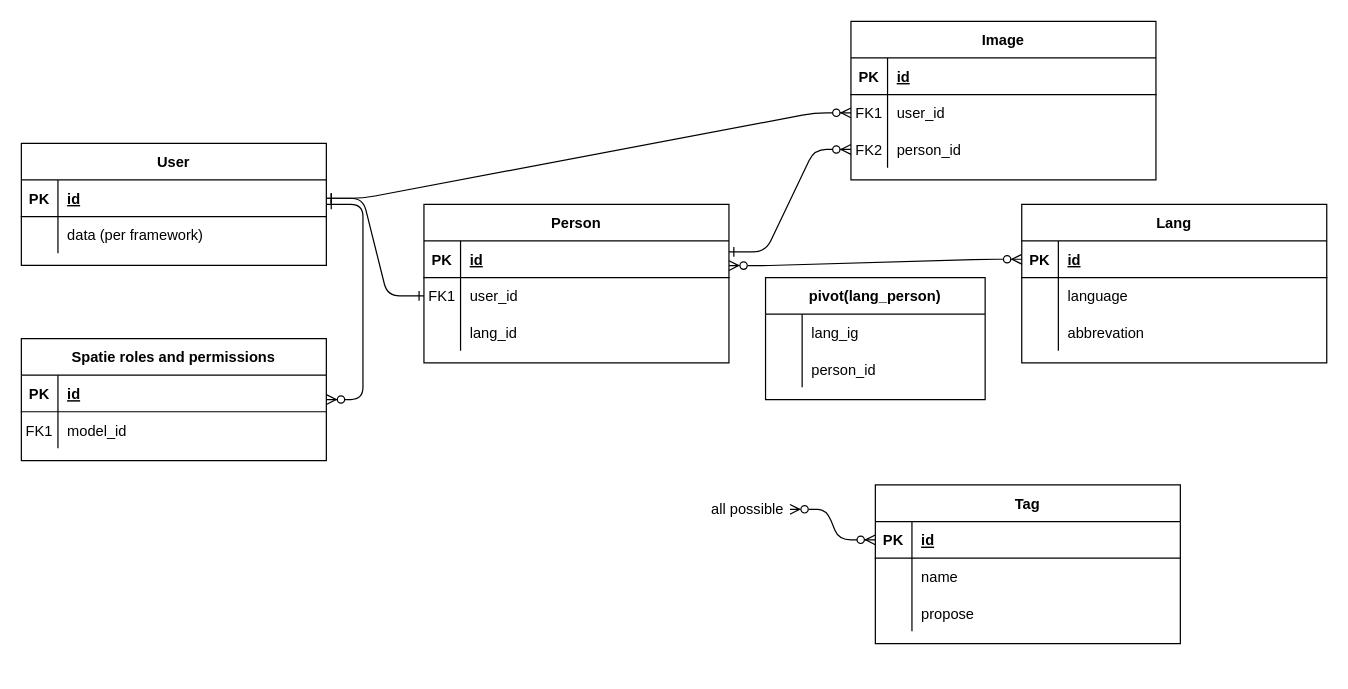
Before: doc/debug/Relationship_Modell.drawio in erth5/Laravel-9-Debug-Template, a draw.io diagram. Source tidied: cells renumbered, new cells numbered last; positions are measured from the earlier drawing's top-left corner, leaving out a move shared by most shapes. Both pictures are drawn from the tidied source at 122%, with x=0, y=0 at pixel (21, 21).
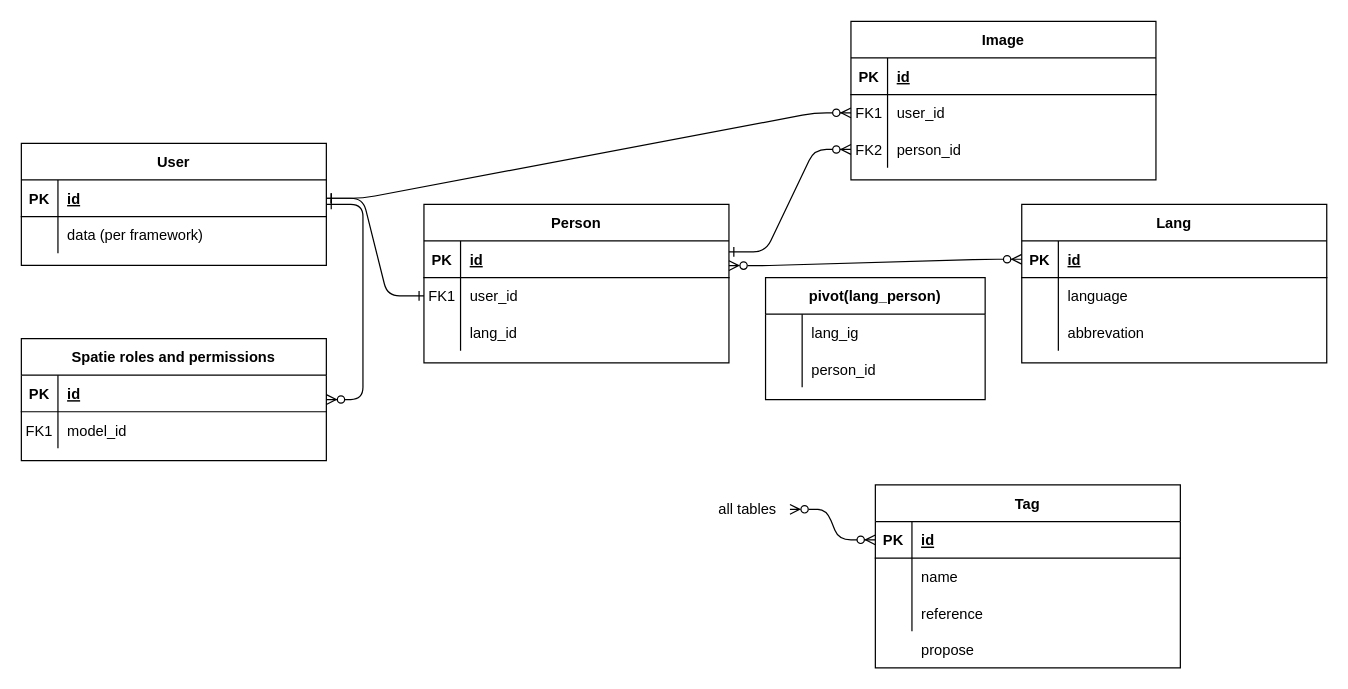
The same page after the edit.

The change refers to these unchanged cells:
```xml
<mxCell id="65" style="shape=partialRectangle;fillColor=none;top=0;left=0;right=0;bottom=0;" parent="58" vertex="1">
  <mxGeometry y="90" width="250" height="30" as="geometry" />
</mxCell>
```

Diff of the diagram source:
```diff
@@
     <mxCell id="58" value="Tag" style="shape=table;startSize=30;childLayout=tableLayout;rowLines=0;fontStyle=1;align=center;" parent="1" vertex="1">
-      <mxGeometry x="700" y="380" width="250" height="130" as="geometry" />
+      <mxGeometry x="700" y="380" width="250" height="150" as="geometry" />
     </mxCell>
@@
-    <mxCell id="67" value="propose" style="shape=partialRectangle;overflow=hidden;fillColor=none;top=0;left=0;bottom=0;right=0;align=left;spacingLeft=6;" parent="65" vertex="1">
+    <mxCell id="67" value="reference" style="shape=partialRectangle;overflow=hidden;fillColor=none;top=0;left=0;bottom=0;right=0;align=left;spacingLeft=6;" parent="65" vertex="1">
       <mxGeometry x="30" width="220" height="30" as="geometry" />
     </mxCell>
@@
-    <mxCell id="69" value="all possible" style="text;html=1;align=center;verticalAlign=middle;strokeColor=none;fillColor=none;" parent="1" vertex="1">
-      <mxGeometry x="560" y="390" width="70" height="20" as="geometry" />
+    <mxCell id="69" value="all tables" style="text;html=1;align=center;verticalAlign=middle;strokeColor=none;fillColor=none;" parent="1" vertex="1">
+      <mxGeometry x="565" y="390" width="60" height="20" as="geometry" />
     </mxCell>
+    <mxCell id="70" value="propose" style="shape=partialRectangle;overflow=hidden;fillColor=none;top=0;left=0;bottom=0;right=0;align=left;spacingLeft=6;" parent="1" vertex="1">
+      <mxGeometry x="730" y="500" width="220" height="30" as="geometry" />
+    </mxCell>
+    <mxCell id="71" style="shape=partialRectangle;overflow=hidden;fillColor=none;top=0;left=0;bottom=0;right=0;" parent="1" vertex="1">
+      <mxGeometry x="700" y="500" width="30" height="30" as="geometry" />
+    </mxCell>
```
